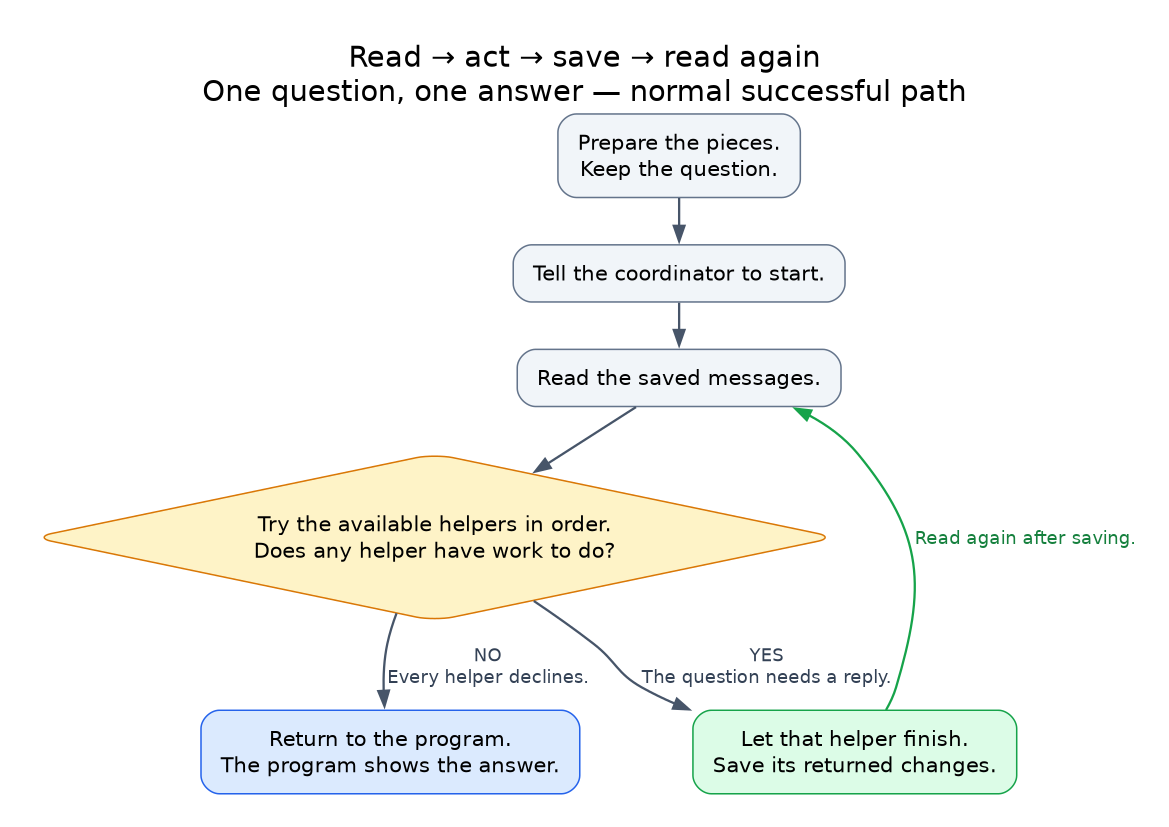
Earlier version of the Graphviz export spike/state-machine/plain-english-flow.png (thesteve0/gdk-sample-app-rust). Its source is kept beside it as spike/state-machine/plain-english-flow.dot. Its diagram source:
```dot
digraph PlainEnglish {
  graph [rankdir=TB, bgcolor="white", pad=0.3, nodesep=0.4, ranksep=0.4, fontname="DejaVu Sans", fontsize=19, labelloc=t, label="Read → act → save → read again\nOne question, one answer — normal successful path"];
  node [shape=box, style="rounded,filled", fillcolor="#f1f5f9", color="#64748b", fontname="DejaVu Sans", fontsize=14, margin="0.18,0.14"];
  edge [fontname="DejaVu Sans", fontsize=12, color="#475569", fontcolor="#334155", penwidth=1.5];
  prepare [label="Prepare the pieces.\nKeep the question."];
  start [label="Tell the coordinator to start."];
  read [label="Read the saved messages."];
  check [shape=diamond, label="Try the available helpers in order.\nDoes any helper have work to do?", fillcolor="#fef3c7", color="#d97706"];
  work [label="Let that helper finish.\nSave its returned changes.", fillcolor="#dcfce7", color="#16a34a"];
  done [label="Return to the program.\nThe program shows the answer.", fillcolor="#dbeafe", color="#2563eb"];
  prepare -> start -> read -> check;
  check -> work [label="YES\nThe question needs a reply."];
  work -> read [label="Read again after saving.", color="#16a34a", fontcolor="#15803d"];
  check -> done [label="NO\nEvery helper declines."];
}
```
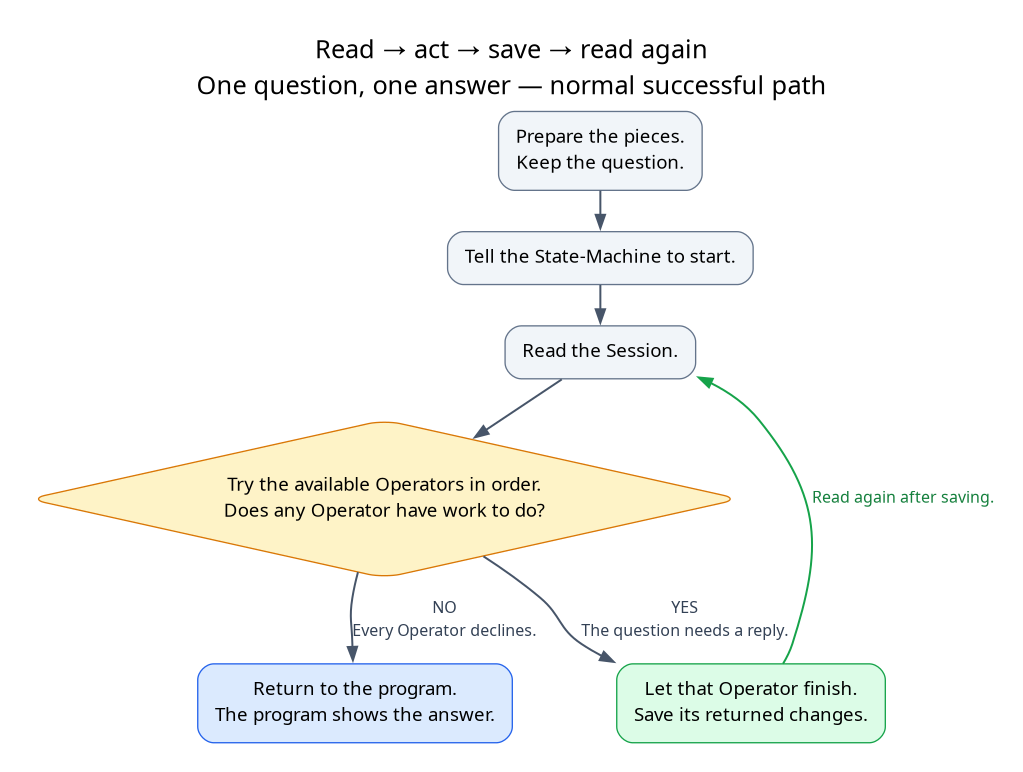
Later version of the same file.

Commit message:
New 7-9 lesson plan on state-machine

The edit, as a diff of the source:
```diff
@@ -3,13 +3,13 @@
   node [shape=box, style="rounded,filled", fillcolor="#f1f5f9", color="#64748b", fontname="DejaVu Sans", fontsize=14, margin="0.18,0.14"];
   edge [fontname="DejaVu Sans", fontsize=12, color="#475569", fontcolor="#334155", penwidth=1.5];
   prepare [label="Prepare the pieces.\nKeep the question."];
-  start [label="Tell the coordinator to start."];
-  read [label="Read the saved messages."];
-  check [shape=diamond, label="Try the available helpers in order.\nDoes any helper have work to do?", fillcolor="#fef3c7", color="#d97706"];
-  work [label="Let that helper finish.\nSave its returned changes.", fillcolor="#dcfce7", color="#16a34a"];
+  start [label="Tell the State-Machine to start."];
+  read [label="Read the Session."];
+  check [shape=diamond, label="Try the available Operators in order.\nDoes any Operator have work to do?", fillcolor="#fef3c7", color="#d97706"];
+  work [label="Let that Operator finish.\nSave its returned changes.", fillcolor="#dcfce7", color="#16a34a"];
   done [label="Return to the program.\nThe program shows the answer.", fillcolor="#dbeafe", color="#2563eb"];
   prepare -> start -> read -> check;
   check -> work [label="YES\nThe question needs a reply."];
   work -> read [label="Read again after saving.", color="#16a34a", fontcolor="#15803d"];
-  check -> done [label="NO\nEvery helper declines."];
+  check -> done [label="NO\nEvery Operator declines."];
 }
```
